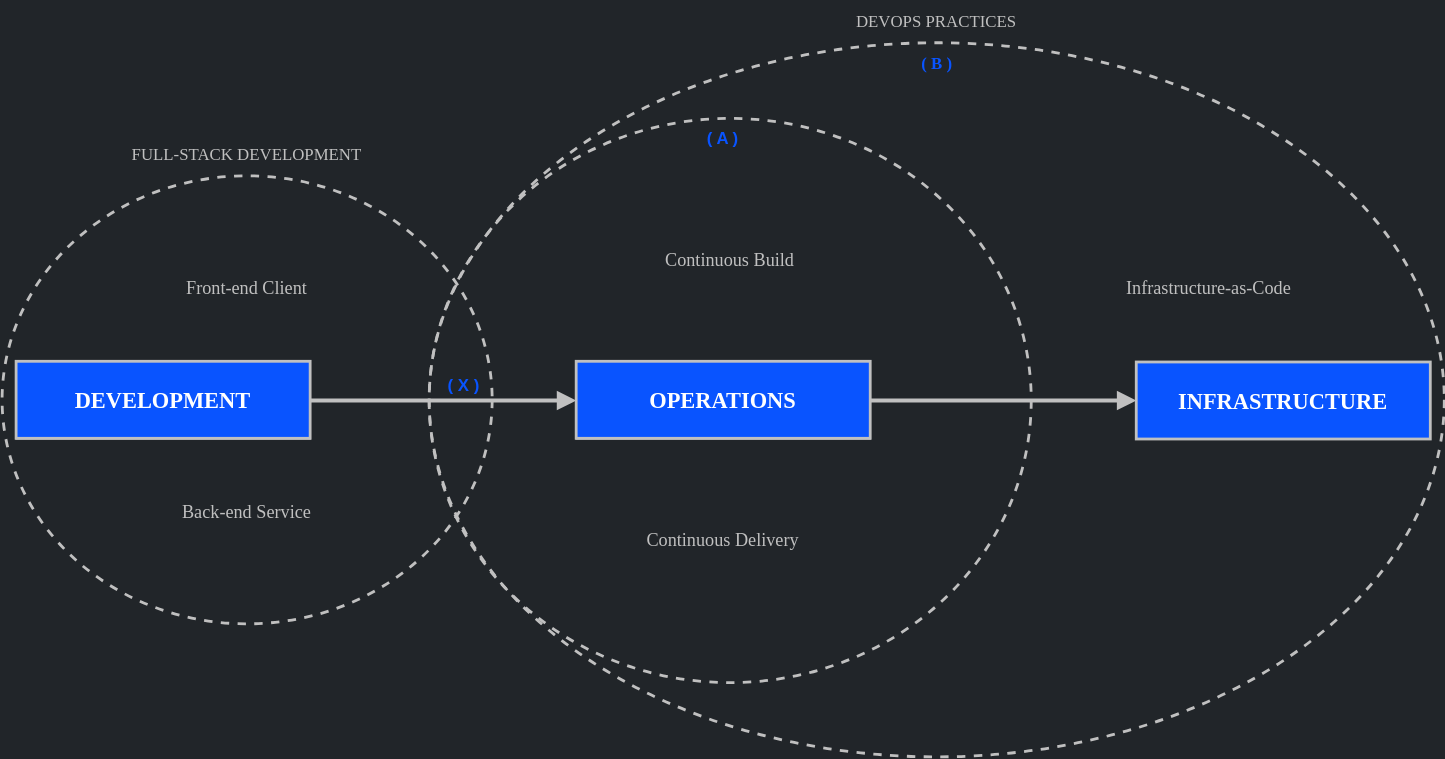
This is src/assets/svg/learning-process-and-target-scope.drawio.svg from fdtechdotnet/fdtechdotnet-static-website, a draw.io export, as it was before one commit. Source tidied: cells renumbered, new cells last; positions are measured from the earlier drawing's top-left corner, leaving out a move shared by most shapes. The source it was exported from:
```xml
<mxGraphModel background="#212529">
  <root>
    <mxCell id="0" />
    <mxCell id="1" parent="0" />
    <mxCell id="2" style="ellipse;whiteSpace=wrap;html=1;fillColor=none;dashed=1;fontColor=#c0c0c0;strokeColor=#C0C0C0;strokeWidth=2;" parent="1" vertex="1">
      <mxGeometry x="305" y="30" width="725" height="510" as="geometry" />
    </mxCell>
    <mxCell id="3" style="ellipse;whiteSpace=wrap;html=1;fillColor=none;dashed=1;fontColor=#c0c0c0;strokeColor=#C0C0C0;strokeWidth=2;" parent="1" vertex="1">
      <mxGeometry x="305" y="84" width="430" height="403" as="geometry" />
    </mxCell>
    <mxCell id="4" style="ellipse;whiteSpace=wrap;html=1;fillColor=none;dashed=1;strokeColor=#C0C0C0;strokeWidth=2;" parent="1" vertex="1">
      <mxGeometry y="125" width="350" height="320" as="geometry" />
    </mxCell>
    <mxCell id="5" style="edgeStyle=orthogonalEdgeStyle;rounded=0;jettySize=auto;html=1;exitX=1;exitY=0.5;exitDx=0;exitDy=0;entryX=0;entryY=0.5;entryDx=0;entryDy=0;fontColor=#c0c0c0;strokeColor=#C0C0C0;strokeWidth=3;endArrow=block;endFill=1;" parent="1" edge="1" source="6" target="8">
      <mxGeometry relative="1" as="geometry" />
    </mxCell>
    <mxCell id="6" value="&lt;b&gt;DEVELOPMENT&lt;/b&gt;" style="rounded=0;whiteSpace=wrap;html=1;fontColor=#FFFFFF;strokeColor=#C0C0C0;fillColor=#0954FF;" parent="1" vertex="1">
      <mxGeometry x="10" y="258" width="210" height="55" as="geometry" />
    </mxCell>
    <mxCell id="7" style="edgeStyle=orthogonalEdgeStyle;rounded=0;jettySize=auto;html=1;exitX=1;exitY=0.5;exitDx=0;exitDy=0;entryX=0;entryY=0.5;entryDx=0;entryDy=0;fontColor=#c0c0c0;strokeColor=#C0C0C0;strokeWidth=3;endArrow=block;endFill=1;" parent="1" edge="1" source="8" target="10">
      <mxGeometry relative="1" as="geometry" />
    </mxCell>
    <mxCell id="8" value="&lt;b&gt;OPERATIONS&lt;/b&gt;" style="rounded=0;whiteSpace=wrap;html=1;fontColor=#FFFFFF;strokeColor=#C0C0C0;fillColor=#0954FF;" parent="1" vertex="1">
      <mxGeometry x="410" y="258" width="210" height="55" as="geometry" />
    </mxCell>
    <mxCell id="9" value="FULL-STACK DEVELOPMENT" style="text;html=1;strokeColor=none;fillColor=none;align=center;verticalAlign=middle;whiteSpace=wrap;rounded=0;fontColor=#c0c0c0;fontFamily=Montserrat;fontSource=https%3A%2F%2Ffonts.googleapis.com%2Fcss%3Ffamily%3DMontserrat;" parent="1" vertex="1">
      <mxGeometry x="45" y="95" width="260" height="30" as="geometry" />
    </mxCell>
    <mxCell id="10" value="&lt;b style=&quot;font-size: 16px;&quot;&gt;INFRASTRUCTURE&lt;/b&gt;" style="rounded=0;whiteSpace=wrap;html=1;fontColor=#FFFFFF;strokeColor=#C0C0C0;fillColor=#0954FF;fontFamily=Saira;fontSource=https%3A%2F%2Ffonts.googleapis.com%2Fcss%3Ffamily%3DSaira;fontSize=16;strokeWidth=2;" parent="1" vertex="1">
      <mxGeometry x="810" y="258" width="210" height="55" as="geometry" />
    </mxCell>
    <mxCell id="11" value="DEVOPS PRACTICES" style="text;html=1;strokeColor=none;fillColor=none;align=center;verticalAlign=middle;whiteSpace=wrap;rounded=0;fontColor=#c0c0c0;fontFamily=Montserrat;fontSource=https%3A%2F%2Ffonts.googleapis.com%2Fcss%3Ffamily%3DMontserrat;" parent="1" vertex="1">
      <mxGeometry x="600" width="135" height="30" as="geometry" />
    </mxCell>
    <mxCell id="12" value="( B )" style="text;strokeColor=none;fillColor=none;align=center;verticalAlign=middle;rounded=0;fontColor=#0954FF;whiteSpace=wrap;fontStyle=1;fontFamily=Montserrat;fontSource=https%3A%2F%2Ffonts.googleapis.com%2Fcss%3Ffamily%3DMontserrat;fontSize=12;" parent="1" vertex="1">
      <mxGeometry x="632.5" y="30" width="70" height="30" as="geometry" />
    </mxCell>
    <mxCell id="13" value="( A )" style="text;html=1;strokeColor=none;fillColor=none;align=center;verticalAlign=middle;whiteSpace=wrap;rounded=0;fontColor=#0954FF;fontStyle=1;fontSize=12;" parent="1" vertex="1">
      <mxGeometry x="475" y="84" width="80" height="30" as="geometry" />
    </mxCell>
    <mxCell id="14" value="Front-end Client" style="text;html=1;strokeColor=none;fillColor=none;align=center;verticalAlign=middle;whiteSpace=wrap;rounded=0;fontColor=#c0c0c0;fontFamily=Montserrat;fontSource=https%3A%2F%2Ffonts.googleapis.com%2Fcss%3Ffamily%3DMontserrat;fontSize=13;" parent="1" vertex="1">
      <mxGeometry x="70" y="190" width="210" height="30" as="geometry" />
    </mxCell>
    <mxCell id="15" value="Back-end Service" style="text;html=1;strokeColor=none;fillColor=none;align=center;verticalAlign=middle;whiteSpace=wrap;rounded=0;fontColor=#c0c0c0;fontFamily=Montserrat;fontSource=https%3A%2F%2Ffonts.googleapis.com%2Fcss%3Ffamily%3DMontserrat;fontSize=13;" parent="1" vertex="1">
      <mxGeometry x="70" y="350" width="210" height="30" as="geometry" />
    </mxCell>
    <mxCell id="16" value="Continuous Build" style="text;html=1;strokeColor=none;fillColor=none;align=center;verticalAlign=middle;whiteSpace=wrap;rounded=0;fontColor=#c0c0c0;fontFamily=Montserrat;fontSource=https%3A%2F%2Ffonts.googleapis.com%2Fcss%3Ffamily%3DMontserrat;fontSize=13;" parent="1" vertex="1">
      <mxGeometry x="415" y="170" width="210" height="30" as="geometry" />
    </mxCell>
    <mxCell id="17" value="Continuous Delivery" style="text;html=1;strokeColor=none;fillColor=none;align=center;verticalAlign=middle;whiteSpace=wrap;rounded=0;fontColor=#c0c0c0;fontFamily=Montserrat;fontSource=https%3A%2F%2Ffonts.googleapis.com%2Fcss%3Ffamily%3DMontserrat;fontSize=13;" parent="1" vertex="1">
      <mxGeometry x="410" y="370" width="210" height="30" as="geometry" />
    </mxCell>
    <mxCell id="18" value="Infrastructure-as-Code" style="text;html=1;strokeColor=none;fillColor=none;align=center;verticalAlign=middle;whiteSpace=wrap;rounded=0;fontColor=#c0c0c0;fontFamily=Montserrat;fontSource=https%3A%2F%2Ffonts.googleapis.com%2Fcss%3Ffamily%3DMontserrat;fontSize=13;" parent="1" vertex="1">
      <mxGeometry x="757" y="190" width="210" height="30" as="geometry" />
    </mxCell>
    <mxCell id="19" value="( X )" style="text;html=1;strokeColor=none;fillColor=none;align=center;verticalAlign=middle;whiteSpace=wrap;rounded=0;fontColor=#0954FF;fontStyle=1;fontSize=12;" parent="1" vertex="1">
      <mxGeometry x="290" y="260" width="80" height="30" as="geometry" />
    </mxCell>
    <mxCell id="20" value="&lt;b style=&quot;font-size: 16px;&quot;&gt;DEVELOPMENT&lt;/b&gt;" style="rounded=0;whiteSpace=wrap;html=1;fontColor=#FFFFFF;strokeColor=#C0C0C0;fillColor=#0954FF;fontFamily=Saira;fontSource=https%3A%2F%2Ffonts.googleapis.com%2Fcss%3Ffamily%3DSaira;fontSize=16;strokeWidth=2;" parent="1" vertex="1">
      <mxGeometry x="10" y="257.5" width="210" height="55" as="geometry" />
    </mxCell>
    <mxCell id="21" value="&lt;b style=&quot;font-size: 16px;&quot;&gt;OPERATIONS&lt;/b&gt;" style="rounded=0;whiteSpace=wrap;html=1;fontColor=#FFFFFF;strokeColor=#C0C0C0;fillColor=#0954FF;fontFamily=Saira;fontSource=https%3A%2F%2Ffonts.googleapis.com%2Fcss%3Ffamily%3DSaira;fontSize=16;strokeWidth=2;" parent="1" vertex="1">
      <mxGeometry x="410" y="257.5" width="210" height="55" as="geometry" />
    </mxCell>
  </root>
</mxGraphModel>
```
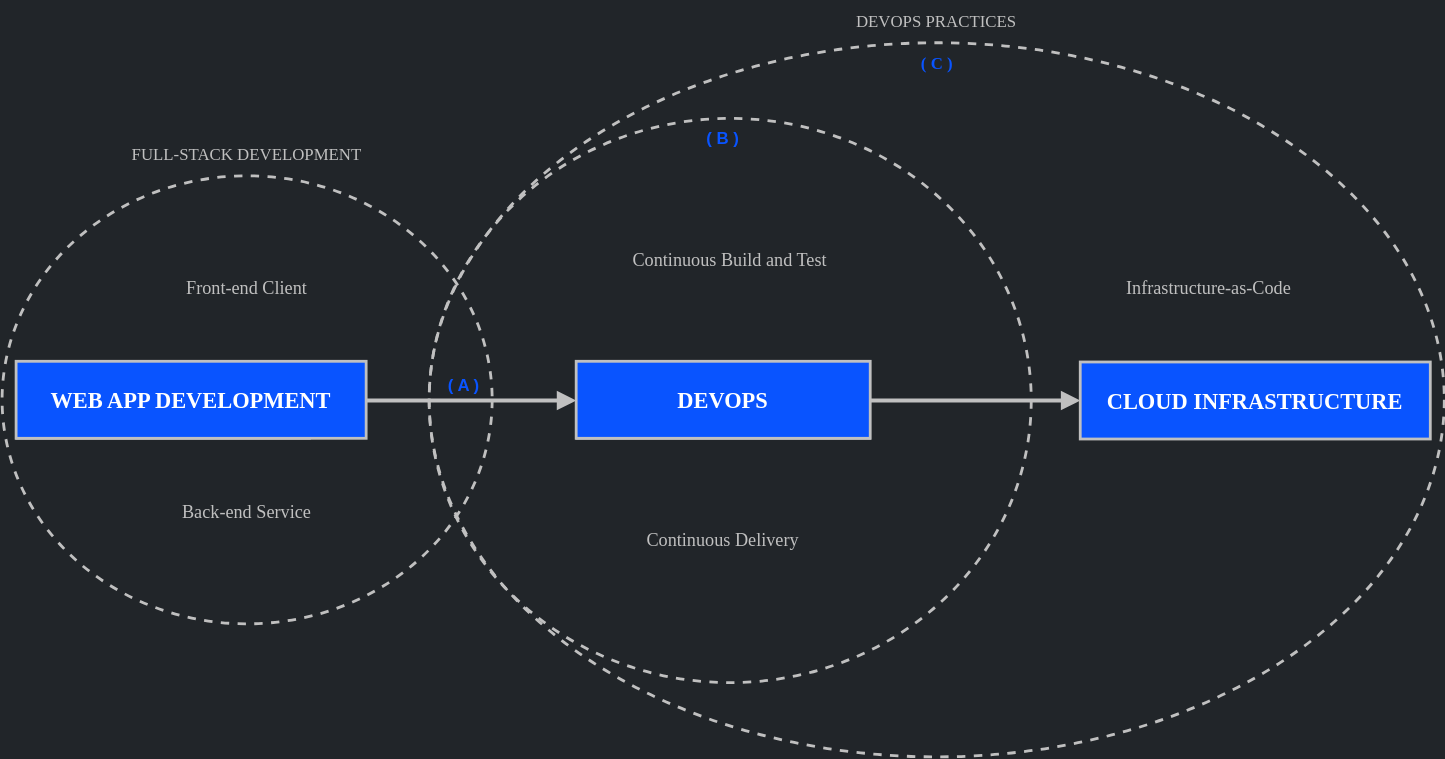
After the change.

Diff of the diagram source:
```diff
@@ -26,16 +26,16 @@
     <mxCell id="9" value="FULL-STACK DEVELOPMENT" style="text;html=1;strokeColor=none;fillColor=none;align=center;verticalAlign=middle;whiteSpace=wrap;rounded=0;fontColor=#c0c0c0;fontFamily=Montserrat;fontSource=https%3A%2F%2Ffonts.googleapis.com%2Fcss%3Ffamily%3DMontserrat;" parent="1" vertex="1">
       <mxGeometry x="45" y="95" width="260" height="30" as="geometry" />
     </mxCell>
-    <mxCell id="10" value="&lt;b style=&quot;font-size: 16px;&quot;&gt;INFRASTRUCTURE&lt;/b&gt;" style="rounded=0;whiteSpace=wrap;html=1;fontColor=#FFFFFF;strokeColor=#C0C0C0;fillColor=#0954FF;fontFamily=Saira;fontSource=https%3A%2F%2Ffonts.googleapis.com%2Fcss%3Ffamily%3DSaira;fontSize=16;strokeWidth=2;" parent="1" vertex="1">
-      <mxGeometry x="810" y="258" width="210" height="55" as="geometry" />
+    <mxCell id="10" value="&lt;b style=&quot;font-size: 16px;&quot;&gt;CLOUD INFRASTRUCTURE&lt;/b&gt;" style="rounded=0;whiteSpace=wrap;html=1;fontColor=#FFFFFF;strokeColor=#C0C0C0;fillColor=#0954FF;fontFamily=Saira;fontSource=https%3A%2F%2Ffonts.googleapis.com%2Fcss%3Ffamily%3DSaira;fontSize=16;strokeWidth=2;" parent="1" vertex="1">
+      <mxGeometry x="770" y="258" width="250" height="55" as="geometry" />
     </mxCell>
     <mxCell id="11" value="DEVOPS PRACTICES" style="text;html=1;strokeColor=none;fillColor=none;align=center;verticalAlign=middle;whiteSpace=wrap;rounded=0;fontColor=#c0c0c0;fontFamily=Montserrat;fontSource=https%3A%2F%2Ffonts.googleapis.com%2Fcss%3Ffamily%3DMontserrat;" parent="1" vertex="1">
       <mxGeometry x="600" width="135" height="30" as="geometry" />
     </mxCell>
-    <mxCell id="12" value="( B )" style="text;strokeColor=none;fillColor=none;align=center;verticalAlign=middle;rounded=0;fontColor=#0954FF;whiteSpace=wrap;fontStyle=1;fontFamily=Montserrat;fontSource=https%3A%2F%2Ffonts.googleapis.com%2Fcss%3Ffamily%3DMontserrat;fontSize=12;" parent="1" vertex="1">
+    <mxCell id="12" value="( C )" style="text;strokeColor=none;fillColor=none;align=center;verticalAlign=middle;rounded=0;fontColor=#0954FF;whiteSpace=wrap;fontStyle=1;fontFamily=Montserrat;fontSource=https%3A%2F%2Ffonts.googleapis.com%2Fcss%3Ffamily%3DMontserrat;fontSize=12;" parent="1" vertex="1">
       <mxGeometry x="632.5" y="30" width="70" height="30" as="geometry" />
     </mxCell>
-    <mxCell id="13" value="( A )" style="text;html=1;strokeColor=none;fillColor=none;align=center;verticalAlign=middle;whiteSpace=wrap;rounded=0;fontColor=#0954FF;fontStyle=1;fontSize=12;" parent="1" vertex="1">
+    <mxCell id="13" value="( B )" style="text;html=1;strokeColor=none;fillColor=none;align=center;verticalAlign=middle;whiteSpace=wrap;rounded=0;fontColor=#0954FF;fontStyle=1;fontSize=12;" parent="1" vertex="1">
       <mxGeometry x="475" y="84" width="80" height="30" as="geometry" />
     </mxCell>
     <mxCell id="14" value="Front-end Client" style="text;html=1;strokeColor=none;fillColor=none;align=center;verticalAlign=middle;whiteSpace=wrap;rounded=0;fontColor=#c0c0c0;fontFamily=Montserrat;fontSource=https%3A%2F%2Ffonts.googleapis.com%2Fcss%3Ffamily%3DMontserrat;fontSize=13;" parent="1" vertex="1">
@@ -44,7 +44,7 @@
     <mxCell id="15" value="Back-end Service" style="text;html=1;strokeColor=none;fillColor=none;align=center;verticalAlign=middle;whiteSpace=wrap;rounded=0;fontColor=#c0c0c0;fontFamily=Montserrat;fontSource=https%3A%2F%2Ffonts.googleapis.com%2Fcss%3Ffamily%3DMontserrat;fontSize=13;" parent="1" vertex="1">
       <mxGeometry x="70" y="350" width="210" height="30" as="geometry" />
     </mxCell>
-    <mxCell id="16" value="Continuous Build" style="text;html=1;strokeColor=none;fillColor=none;align=center;verticalAlign=middle;whiteSpace=wrap;rounded=0;fontColor=#c0c0c0;fontFamily=Montserrat;fontSource=https%3A%2F%2Ffonts.googleapis.com%2Fcss%3Ffamily%3DMontserrat;fontSize=13;" parent="1" vertex="1">
+    <mxCell id="16" value="Continuous Build and Test" style="text;html=1;strokeColor=none;fillColor=none;align=center;verticalAlign=middle;whiteSpace=wrap;rounded=0;fontColor=#c0c0c0;fontFamily=Montserrat;fontSource=https%3A%2F%2Ffonts.googleapis.com%2Fcss%3Ffamily%3DMontserrat;fontSize=13;" parent="1" vertex="1">
       <mxGeometry x="415" y="170" width="210" height="30" as="geometry" />
     </mxCell>
     <mxCell id="17" value="Continuous Delivery" style="text;html=1;strokeColor=none;fillColor=none;align=center;verticalAlign=middle;whiteSpace=wrap;rounded=0;fontColor=#c0c0c0;fontFamily=Montserrat;fontSource=https%3A%2F%2Ffonts.googleapis.com%2Fcss%3Ffamily%3DMontserrat;fontSize=13;" parent="1" vertex="1">
@@ -53,13 +53,13 @@
     <mxCell id="18" value="Infrastructure-as-Code" style="text;html=1;strokeColor=none;fillColor=none;align=center;verticalAlign=middle;whiteSpace=wrap;rounded=0;fontColor=#c0c0c0;fontFamily=Montserrat;fontSource=https%3A%2F%2Ffonts.googleapis.com%2Fcss%3Ffamily%3DMontserrat;fontSize=13;" parent="1" vertex="1">
       <mxGeometry x="757" y="190" width="210" height="30" as="geometry" />
     </mxCell>
-    <mxCell id="19" value="( X )" style="text;html=1;strokeColor=none;fillColor=none;align=center;verticalAlign=middle;whiteSpace=wrap;rounded=0;fontColor=#0954FF;fontStyle=1;fontSize=12;" parent="1" vertex="1">
+    <mxCell id="19" value="( A )" style="text;html=1;strokeColor=none;fillColor=none;align=center;verticalAlign=middle;whiteSpace=wrap;rounded=0;fontColor=#0954FF;fontStyle=1;fontSize=12;" parent="1" vertex="1">
       <mxGeometry x="290" y="260" width="80" height="30" as="geometry" />
     </mxCell>
-    <mxCell id="20" value="&lt;b style=&quot;font-size: 16px;&quot;&gt;DEVELOPMENT&lt;/b&gt;" style="rounded=0;whiteSpace=wrap;html=1;fontColor=#FFFFFF;strokeColor=#C0C0C0;fillColor=#0954FF;fontFamily=Saira;fontSource=https%3A%2F%2Ffonts.googleapis.com%2Fcss%3Ffamily%3DSaira;fontSize=16;strokeWidth=2;" parent="1" vertex="1">
-      <mxGeometry x="10" y="257.5" width="210" height="55" as="geometry" />
+    <mxCell id="20" value="&lt;b style=&quot;font-size: 16px;&quot;&gt;WEB APP DEVELOPMENT&lt;/b&gt;" style="rounded=0;whiteSpace=wrap;html=1;fontColor=#FFFFFF;strokeColor=#C0C0C0;fillColor=#0954FF;fontFamily=Saira;fontSource=https%3A%2F%2Ffonts.googleapis.com%2Fcss%3Ffamily%3DSaira;fontSize=16;strokeWidth=2;" parent="1" vertex="1">
+      <mxGeometry x="10" y="257.5" width="250" height="55" as="geometry" />
     </mxCell>
-    <mxCell id="21" value="&lt;b style=&quot;font-size: 16px;&quot;&gt;OPERATIONS&lt;/b&gt;" style="rounded=0;whiteSpace=wrap;html=1;fontColor=#FFFFFF;strokeColor=#C0C0C0;fillColor=#0954FF;fontFamily=Saira;fontSource=https%3A%2F%2Ffonts.googleapis.com%2Fcss%3Ffamily%3DSaira;fontSize=16;strokeWidth=2;" parent="1" vertex="1">
+    <mxCell id="21" value="&lt;b style=&quot;font-size: 16px;&quot;&gt;DEVOPS&lt;/b&gt;" style="rounded=0;whiteSpace=wrap;html=1;fontColor=#FFFFFF;strokeColor=#C0C0C0;fillColor=#0954FF;fontFamily=Saira;fontSource=https%3A%2F%2Ffonts.googleapis.com%2Fcss%3Ffamily%3DSaira;fontSize=16;strokeWidth=2;" parent="1" vertex="1">
       <mxGeometry x="410" y="257.5" width="210" height="55" as="geometry" />
     </mxCell>
   </root>
```
